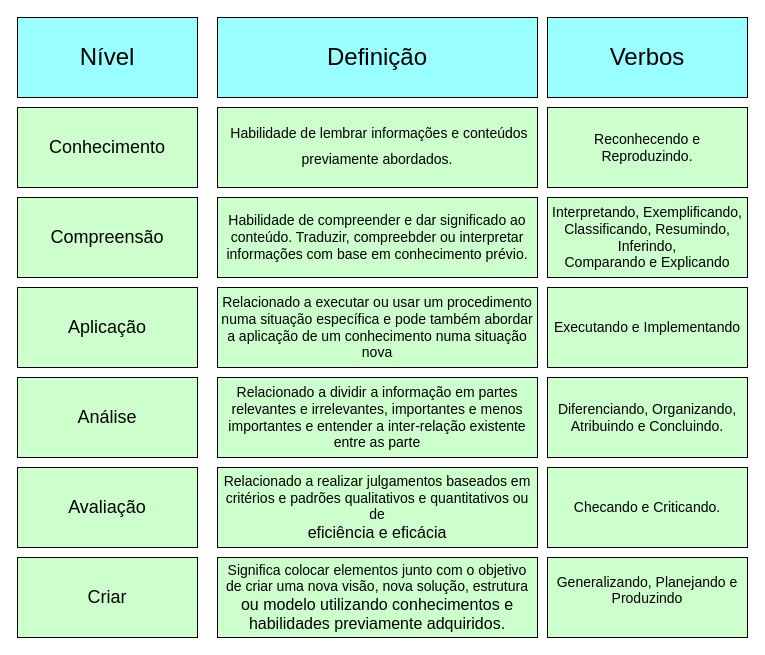
Above: Tabela BLOOM.drawio in RosianeSangali/RosianeSangali (draw.io), before the change. Source tidied: cells renumbered, new cells numbered last; positions are measured from the earlier drawing's top-left corner, leaving out a move shared by most shapes. Both pictures are drawn from the tidied source at 100%, with x=0, y=0 at pixel (17, 17).
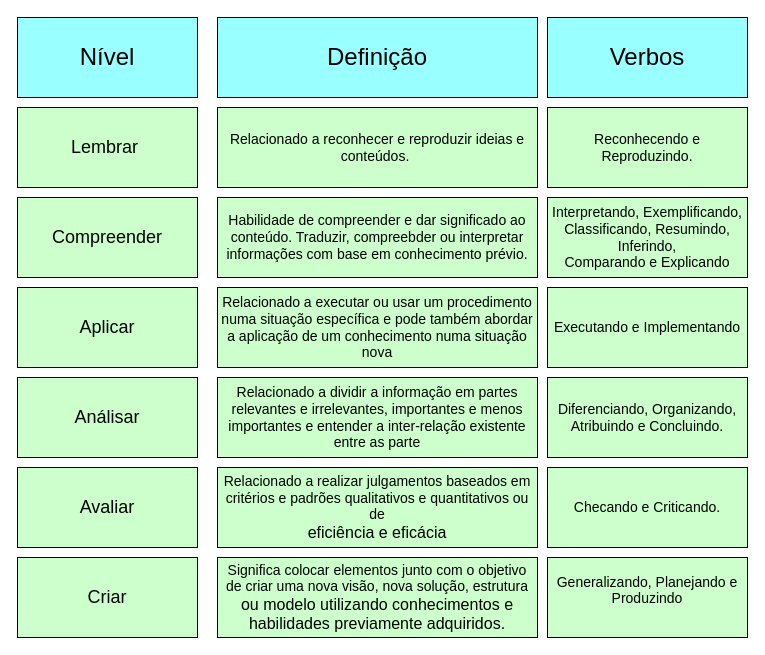
Above is the later version.

The edit, as a diff of the source:
```diff
@@
-    <mxCell id="2" value="&lt;font style=&quot;vertical-align: inherit; font-size: 18px;&quot;&gt;Conhecimento&lt;/font&gt;" style="rounded=0;whiteSpace=wrap;html=1;fillColor=#CCFFCC;" parent="1" vertex="1">
+    <mxCell id="2" value="&lt;font style=&quot;vertical-align: inherit; font-size: 18px;&quot;&gt;Lembrar&amp;nbsp;&lt;/font&gt;" style="rounded=0;whiteSpace=wrap;html=1;fillColor=#CCFFCC;" parent="1" vertex="1">
       <mxGeometry y="90" width="180" height="80" as="geometry" />
     </mxCell>
-    <mxCell id="3" value="&lt;div style=&quot;&quot;&gt;&lt;font style=&quot;font-size: 14px;&quot;&gt;&amp;nbsp;Habilidade de lembrar informações e conteúdos previamente abordados.&lt;/font&gt;&lt;span style=&quot;font-size: 24px;&quot;&gt;&lt;/span&gt;&lt;/div&gt;" style="rounded=0;whiteSpace=wrap;html=1;fillColor=#CCFFCC;" parent="1" vertex="1">
+    <mxCell id="3" value="&lt;div style=&quot;&quot;&gt;&lt;font style=&quot;font-size: 14px;&quot;&gt;Relacionado a reconhecer e reproduzir ideias e conteúdos.&amp;nbsp;&lt;/font&gt;&lt;/div&gt;" style="rounded=0;whiteSpace=wrap;html=1;fillColor=#CCFFCC;" parent="1" vertex="1">
       <mxGeometry x="200" y="90" width="320" height="80" as="geometry" />
     </mxCell>
@@
-    <mxCell id="5" value="&lt;font style=&quot;vertical-align: inherit; font-size: 18px;&quot;&gt;Compreensão&lt;/font&gt;" style="rounded=0;whiteSpace=wrap;html=1;fillColor=#CCFFCC;" parent="1" vertex="1">
+    <mxCell id="5" value="&lt;font style=&quot;vertical-align: inherit; font-size: 18px;&quot;&gt;Compreender&lt;/font&gt;" style="rounded=0;whiteSpace=wrap;html=1;fillColor=#CCFFCC;" parent="1" vertex="1">
       <mxGeometry y="180" width="180" height="80" as="geometry" />
     </mxCell>
-    <mxCell id="6" value="&lt;font style=&quot;vertical-align: inherit; font-size: 18px;&quot;&gt;Aplicação&lt;/font&gt;" style="rounded=0;whiteSpace=wrap;html=1;fillColor=#CCFFCC;" parent="1" vertex="1">
+    <mxCell id="6" value="&lt;font style=&quot;vertical-align: inherit; font-size: 18px;&quot;&gt;Aplicar&lt;/font&gt;" style="rounded=0;whiteSpace=wrap;html=1;fillColor=#CCFFCC;" parent="1" vertex="1">
       <mxGeometry y="270" width="180" height="80" as="geometry" />
     </mxCell>
-    <mxCell id="7" value="&lt;font style=&quot;vertical-align: inherit; font-size: 18px;&quot;&gt;Análise&lt;/font&gt;" style="rounded=0;whiteSpace=wrap;html=1;fillColor=#CCFFCC;" parent="1" vertex="1">
+    <mxCell id="7" value="&lt;font style=&quot;vertical-align: inherit; font-size: 18px;&quot;&gt;Análisar&lt;/font&gt;" style="rounded=0;whiteSpace=wrap;html=1;fillColor=#CCFFCC;" parent="1" vertex="1">
       <mxGeometry y="360" width="180" height="80" as="geometry" />
     </mxCell>
-    <mxCell id="8" value="&lt;font style=&quot;vertical-align: inherit; font-size: 18px;&quot;&gt;Avaliação&lt;/font&gt;" style="rounded=0;whiteSpace=wrap;html=1;fillColor=#CCFFCC;" parent="1" vertex="1">
+    <mxCell id="8" value="&lt;font style=&quot;vertical-align: inherit; font-size: 18px;&quot;&gt;Avaliar&lt;/font&gt;" style="rounded=0;whiteSpace=wrap;html=1;fillColor=#CCFFCC;" parent="1" vertex="1">
       <mxGeometry y="450" width="180" height="80" as="geometry" />
     </mxCell>
```
